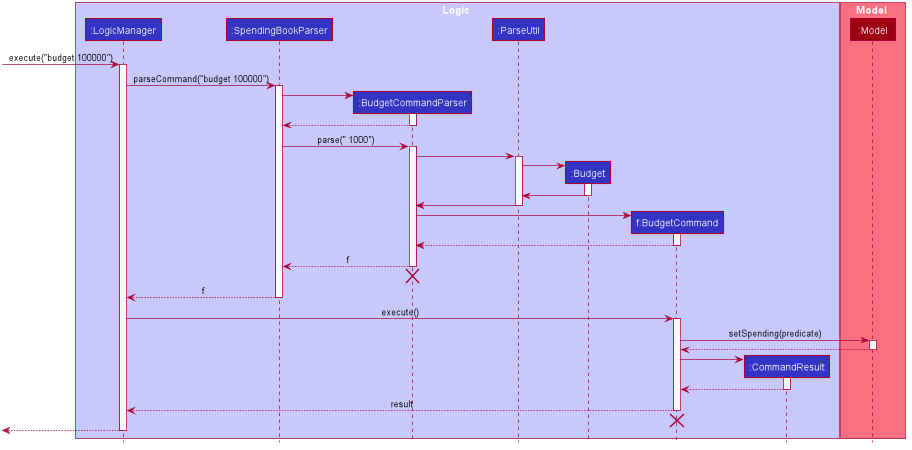
Earlier version of the PlantUML export docs/images/SetBudgetSequenceDiagram.png (nus-cs2103-AY1920S1/addressbook-level3). Its diagram source:
```plantuml
@startuml








skinparam BackgroundColor #FFFFFFF

skinparam Shadowing false

skinparam Class {
    FontColor #FFFFFF
    BorderThickness 1
    BorderColor #FFFFFF
    StereotypeFontColor #FFFFFF
    FontName Arial
}

skinparam Actor {
    BorderColor #000000
    Color #000000
    FontName Arial
}

skinparam Sequence {
    MessageAlign center
    BoxFontSize 15
    BoxPadding 0
    BoxFontColor #FFFFFF
    FontName Arial
}

skinparam Participant {
    FontColor #FFFFFFF
    Padding 20
}

skinparam MinClassWidth 50
skinparam ParticipantPadding 10
skinparam Shadowing false
skinparam DefaultTextAlignment center
skinparam packageStyle Rectangle

hide footbox
hide members
hide circle

box Logic #C8C8FA
participant ":LogicManager" as LogicManager #3333C4
participant ":SpendingBookParser" as SpendingBookParser #3333C4
participant ":BudgetCommandParser" as BudgetCommandParser #3333C4
participant ":ParseUtil" as ParseUtil #3333C4
participant ":Budget" as Budget #3333C4
participant "f:BudgetCommand" as BudgetCommand #3333C4
participant ":CommandResult" as CommandResult #3333C4
end box

box Model #F97181
participant ":Model" as Model #9D0012
end box

[-> LogicManager : execute("budget 100000")
activate LogicManager

LogicManager -> SpendingBookParser : parseCommand("budget 100000")
activate SpendingBookParser

create BudgetCommandParser
SpendingBookParser -> BudgetCommandParser
activate BudgetCommandParser

BudgetCommandParser --> SpendingBookParser
deactivate BudgetCommandParser

SpendingBookParser -> BudgetCommandParser : parse(" 1000")
activate BudgetCommandParser

BudgetCommandParser -> ParseUtil
activate ParseUtil

create Budget
ParseUtil -> Budget
activate Budget

Budget -> ParseUtil

deactivate Budget


ParseUtil -> BudgetCommandParser
deactivate ParseUtil

create BudgetCommand
BudgetCommandParser -> BudgetCommand
activate BudgetCommand

BudgetCommand --> BudgetCommandParser
deactivate BudgetCommand

BudgetCommandParser --> SpendingBookParser : f
deactivate BudgetCommandParser
BudgetCommandParser -[hidden]-> SpendingBookParser
destroy BudgetCommandParser

SpendingBookParser --> LogicManager : f
deactivate SpendingBookParser


LogicManager -> BudgetCommand : execute()
activate BudgetCommand

BudgetCommand -> Model : setSpending(predicate)
activate Model

Model --> BudgetCommand
deactivate Model

create CommandResult
BudgetCommand -> CommandResult
activate CommandResult

CommandResult --> BudgetCommand
deactivate CommandResult

BudgetCommand --> LogicManager : result
deactivate BudgetCommand
BudgetCommand -[hidden]-> SpendingBookParser
destroy BudgetCommand

[<--LogicManager
deactivate LogicManager
@enduml
```
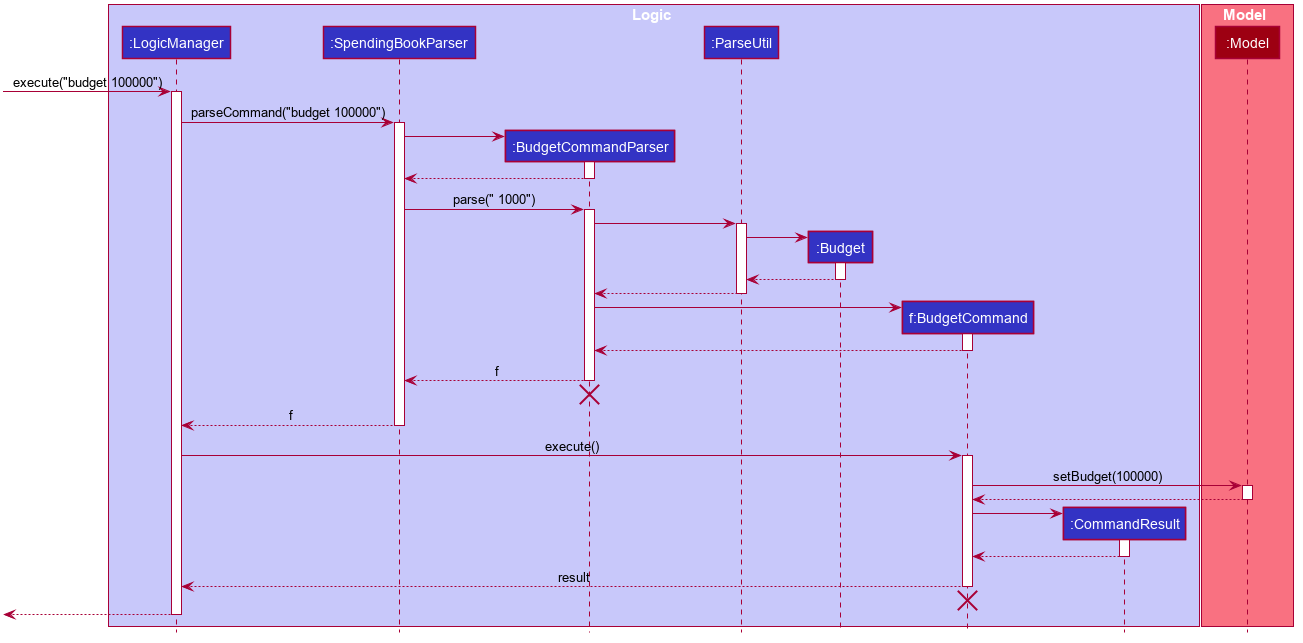
Above is the later version.

Commit message:
fix setbudget diagram

fix set budget diagram

What changed in the source:
```diff
@@ -85,12 +85,12 @@
 ParseUtil -> Budget
 activate Budget
 
-Budget -> ParseUtil
+Budget --> ParseUtil
 
 deactivate Budget
 
 
-ParseUtil -> BudgetCommandParser
+ParseUtil --> BudgetCommandParser
 deactivate ParseUtil
 
 create BudgetCommand
@@ -112,7 +112,7 @@
 LogicManager -> BudgetCommand : execute()
 activate BudgetCommand
 
-BudgetCommand -> Model : setSpending(predicate)
+BudgetCommand -> Model : setBudget(100000)
 activate Model
 
 Model --> BudgetCommand
```
